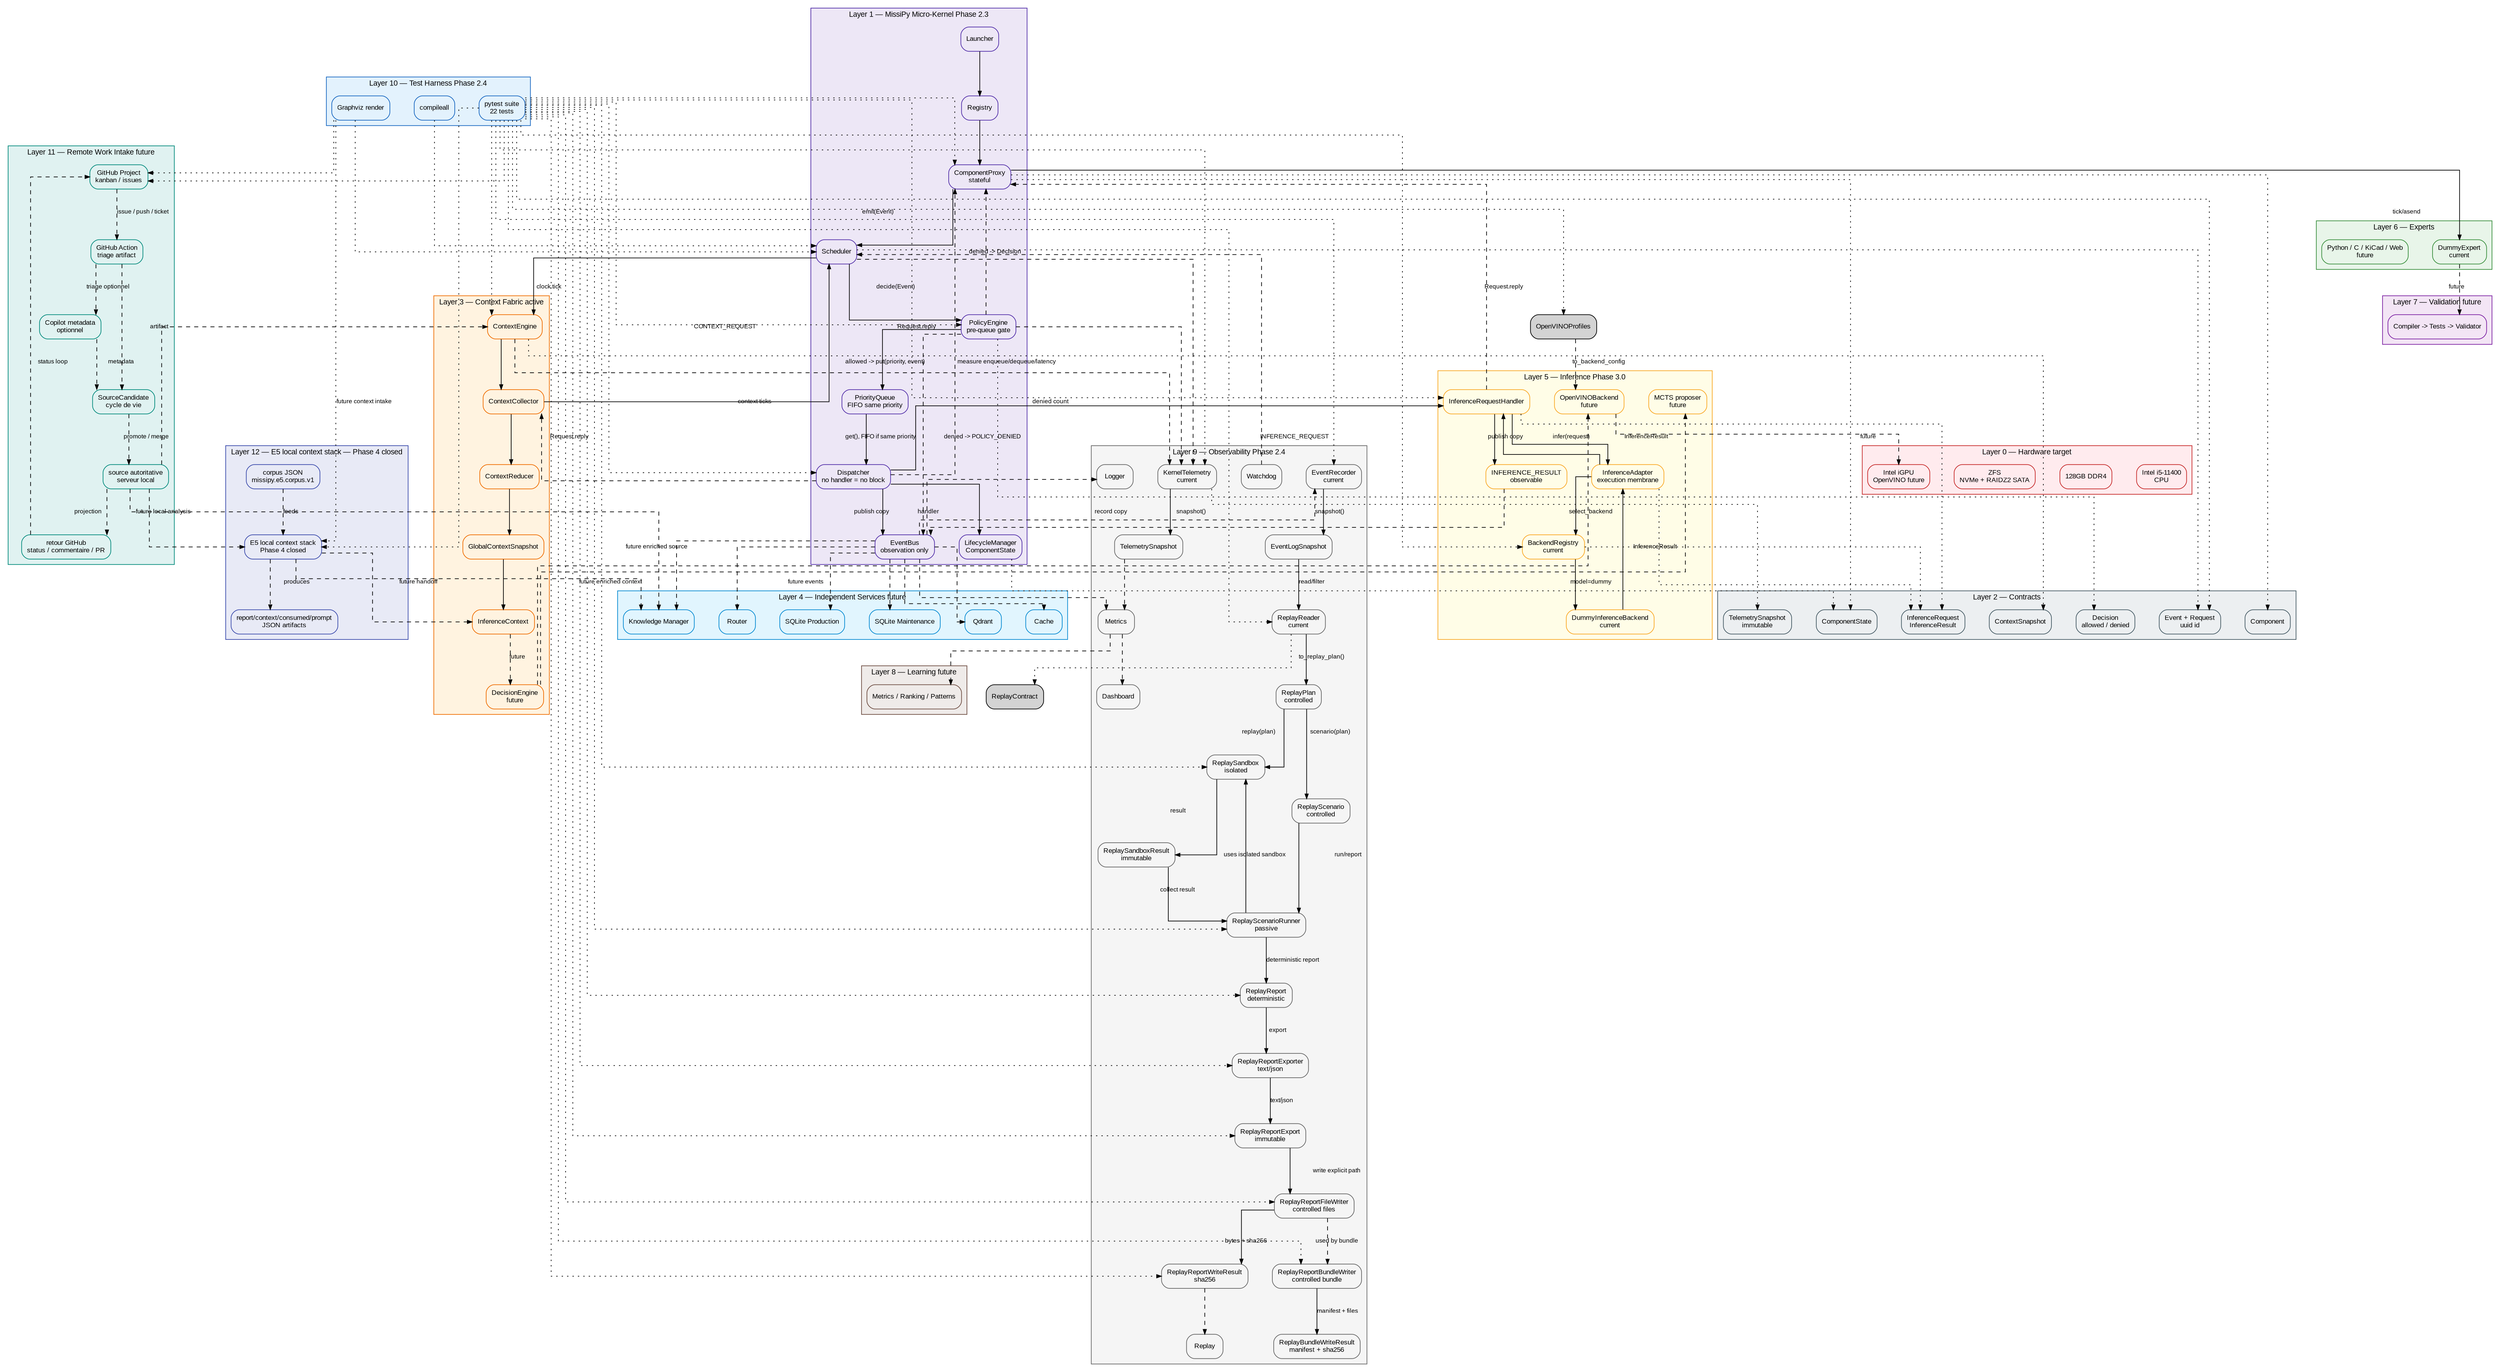
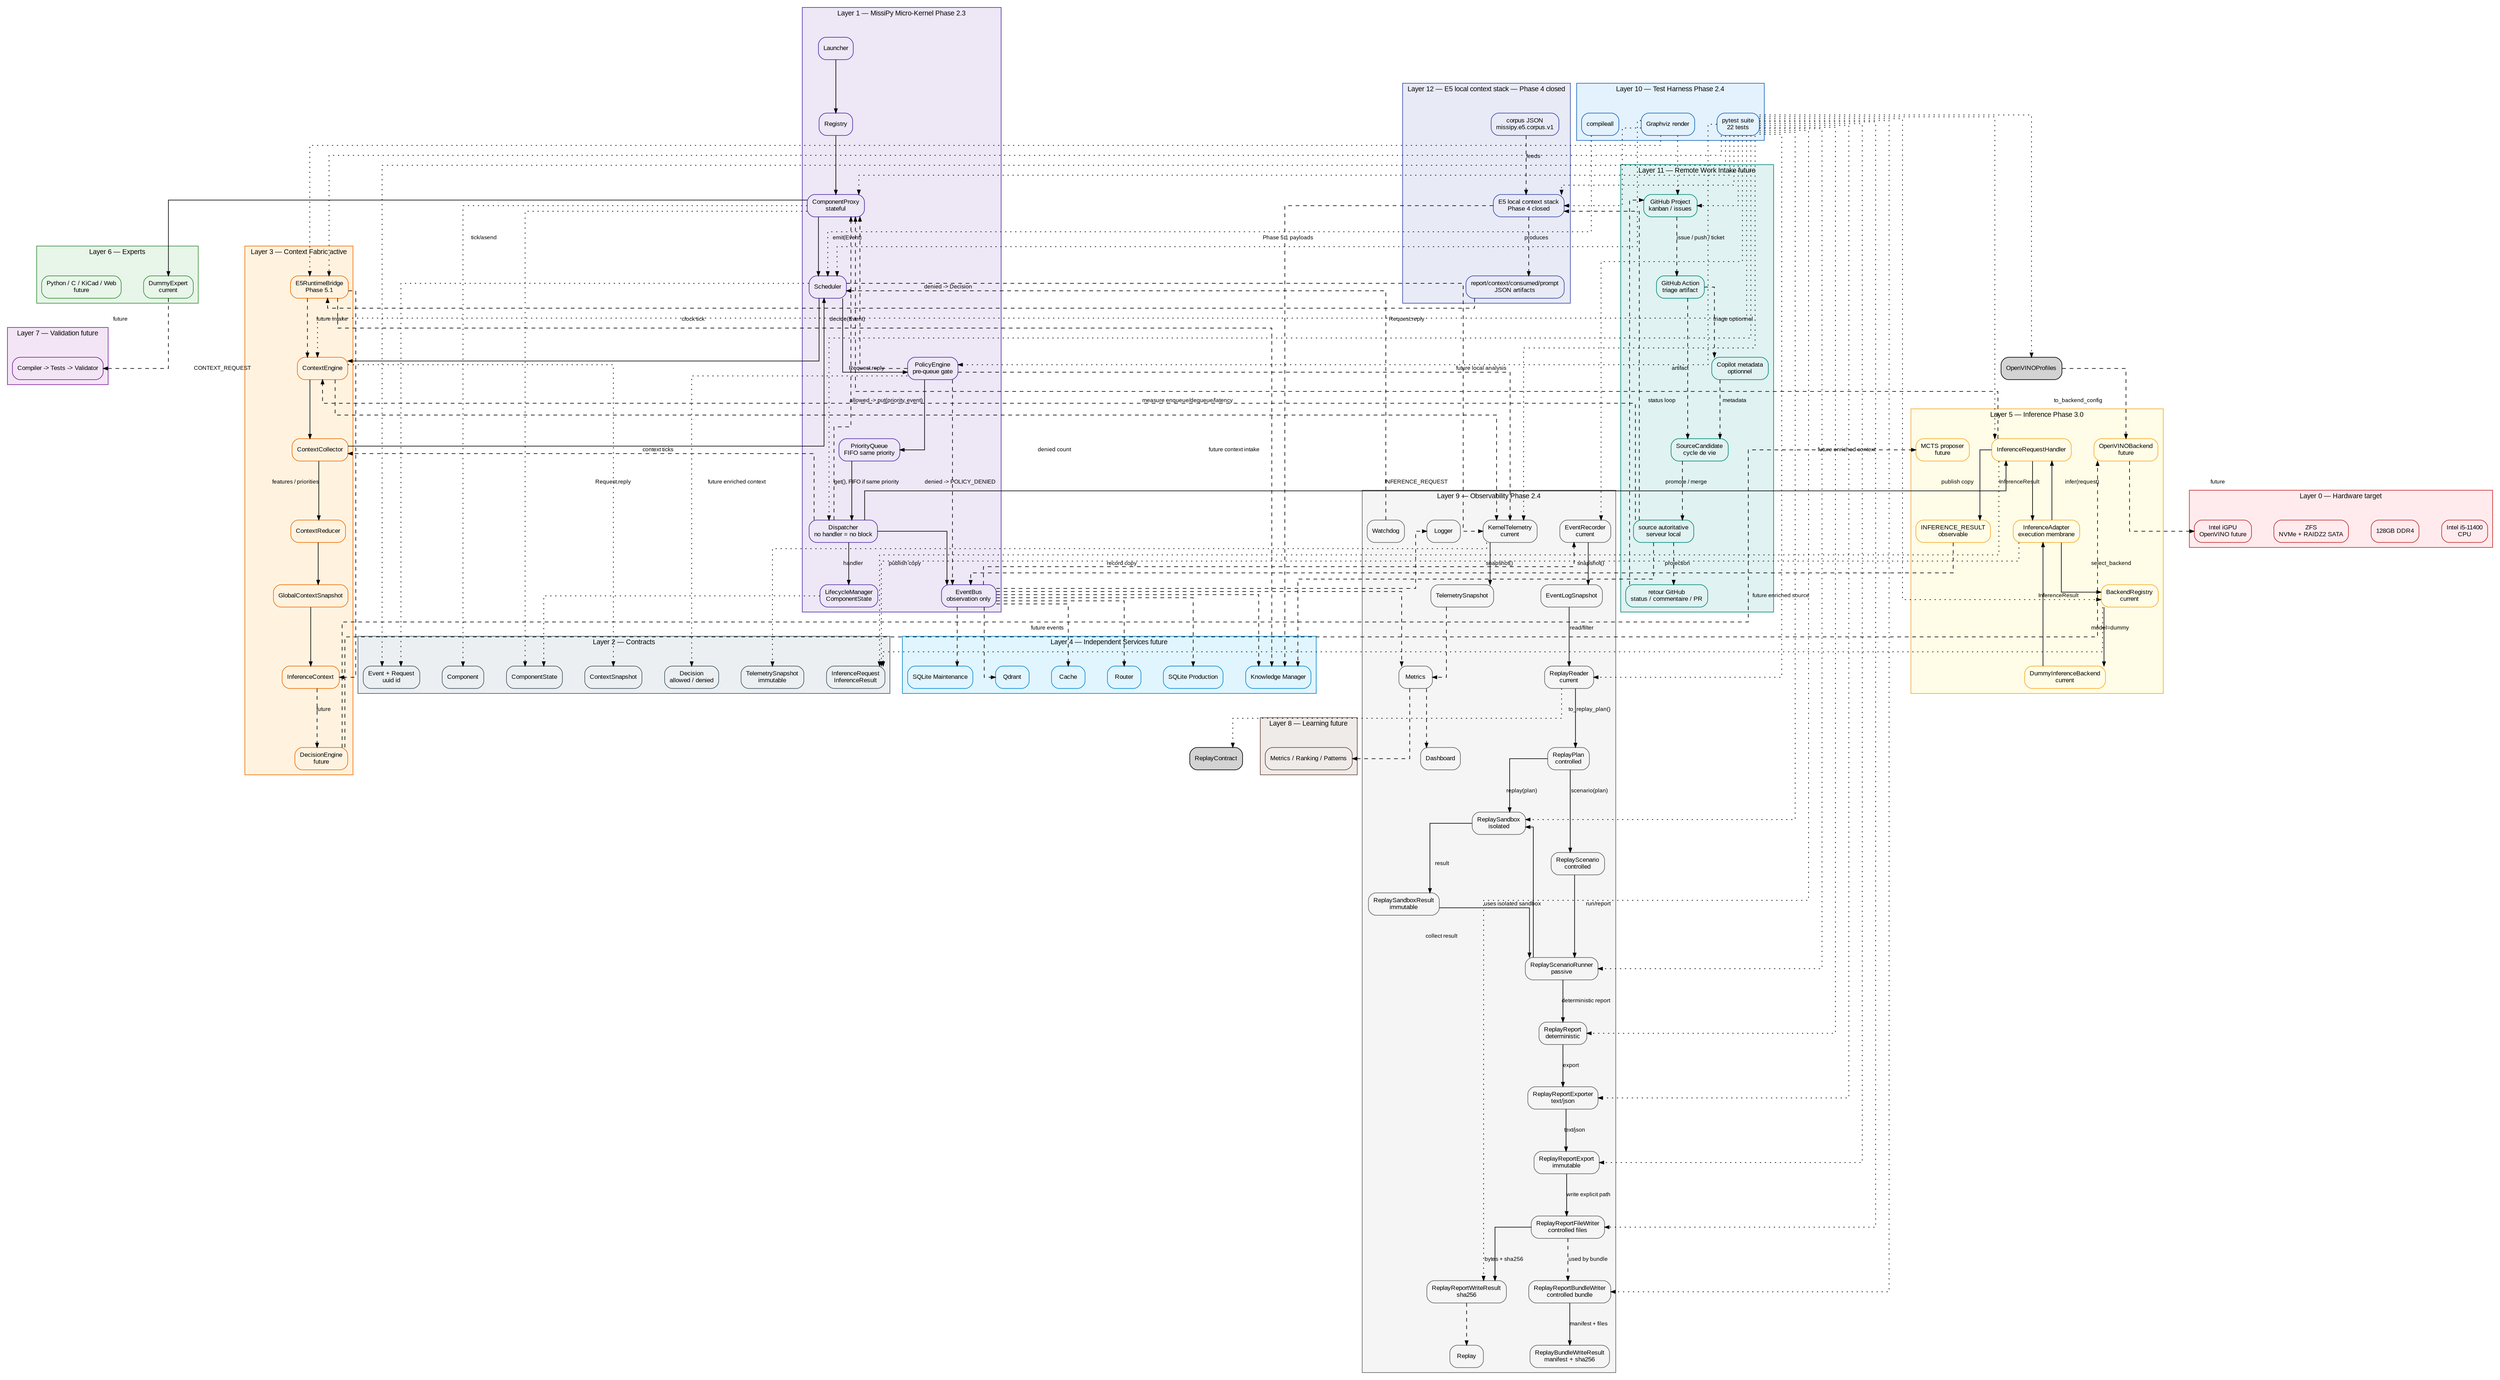
digraph Global {
    // ROADMAP_ID: global

    rankdir=TB;

    // ROADMAP_NOTE[phase2_5]:
    // BackendRegistry est ajouté au layer inference pour préparer
    // l’enregistrement explicite d’OpenVINO sans modifier le Scheduler.

    // ROADMAP_NOTE[phase3_0]:
    // OpenVINOModelProfileRegistry est ajouté pour décrire un ou plusieurs
    // modèles OpenVINO possibles avant de créer les backends exécutables.
    compound=true;
    splines=ortho;
    nodesep=0.5;
    ranksep=0.8;

    graph [fontname="Arial", fontsize=11];
    node [shape=box, style="rounded,filled", fontname="Arial", fontsize=10];
    edge [fontname="Arial", fontsize=9, arrowsize=0.7];

    // ROADMAP_NOTE[phase2_4]:
// ReplayReportBundleWriter ajoute un dossier de replay contrôlé :
// report.txt, report.json et manifest.json avec sha256. La roadmap DOT
// est aussi vérifiée par tests/docs/test_dot_links.py afin que les liens
// descente/remontée pointent vers des sources DOT existantes.
    // Le Layer 9 ajoute ReplayReportFileWriter après ReplayReportExport.
    // Cette étape persiste les exports texte/JSON vers chemins explicites.
    // Aucun répertoire n'est créé ni aucun fichier écrasé sans demande explicite.
    // Le writer reste passif et ne commande jamais le Scheduler vivant.


    // ROADMAP_NOTE[phase4_18_r2]:
    // GitHub Project Orchestrator est visible dans l'architecture globale.
    // Cette couche reste future et documentaire : pas d'API GitHub, pas de token,
    // pas de polling réseau et pas de dépendance Copilot dans le coeur.

    // ROADMAP_NOTE[phase4_19]:
    // La Phase 4 se clôt par un audit du moteur local E5 : corpus, recherche,
    // diagnostics, gates, rapports, contexte, consommation et prompt packet.
    // Le stack E5 reste hors Scheduler, hors Qdrant et hors backend de réponse.

    // ROADMAP_NOTE[phase4_20]:
    // Phase 4 clôturée : le moteur local E5 produit des artefacts déterministes
    // de recherche, contexte consommé et prompt packet. La Phase 5 peut brancher
    // ce socle au serveur local ou au Context Engine sans changer ces frontières.

    subgraph cluster_L0 {
        label="Layer 0 — Hardware target";
        color="#c62828";
        bgcolor="#ffebee";
        node [fillcolor="#ffebee", color="#c62828"];
        CPU [label="Intel i5-11400\nCPU"];
        RAM [label="128GB DDR4"];
        Storage [label="ZFS\nNVMe + RAIDZ2 SATA"];
        GPU [label="Intel iGPU\nOpenVINO future"];
    }

    subgraph cluster_L1 {
        label="Layer 1 — MissiPy Micro-Kernel Phase 2.3";
        color="#512da8";
        bgcolor="#ede7f6";
        node [fillcolor="#ede7f6", color="#512da8"];
        Launcher [URL="scheduler/10_scheduler.svg", tooltip="Zoom Scheduler"];
        Registry [URL="scheduler/10_scheduler.svg", tooltip="Registry"];
        Proxy [label="ComponentProxy\nstateful", URL="scheduler/component_proxy/14_component_proxy.svg", tooltip="Runtime proxy"];
        Scheduler [URL="scheduler/10_scheduler.svg", tooltip="Zoom Scheduler"];
        Policy [label="PolicyEngine\npre-queue gate", URL="scheduler/10_scheduler.svg"];
        Queue [label="PriorityQueue\nFIFO same priority", URL="scheduler/priority_queue/13_priority_queue.svg"];
        Dispatcher [label="Dispatcher\nno handler = no block", URL="scheduler/dispatcher/11_dispatcher.svg"];
        EventBus [label="EventBus\nobservation only", URL="scheduler/event_bus/12_event_bus.svg"];
        Lifecycle [label="LifecycleManager\nComponentState", URL="scheduler/10_scheduler.svg"];
    }

    subgraph cluster_L2 {
        label="Layer 2 — Contracts";
        color="#455a64";
        bgcolor="#eceff1";
        node [fillcolor="#eceff1", color="#455a64"];
        EventContract [label="Event + Request\nuuid id"];
        LifecycleContract [label="ComponentState"];
        ComponentContract [label="Component"];
        ContextContract [label="ContextSnapshot"];
        InferenceContract [label="InferenceRequest\nInferenceResult"];
        PolicyContract [label="Decision\nallowed / denied"];
        TelemetryContract [label="TelemetrySnapshot\nimmutable"];
    }

    subgraph cluster_L3 {
        label="Layer 3 — Context Fabric active";
        color="#ef6c00";
        bgcolor="#fff3e0";
        node [fillcolor="#fff3e0", color="#ef6c00"];
        ContextEngine [label="ContextEngine", URL="context/20_context.svg"];
        Collector [label="ContextCollector", URL="context/20_context.svg"];
        Reducer [label="ContextReducer", URL="context/20_context.svg"];
        Snapshot [label="GlobalContextSnapshot", URL="context/20_context.svg"];
        InferenceCtx [label="InferenceContext", URL="context/20_context.svg"];
+         E5RuntimeBridge [label="E5RuntimeBridge\nPhase 5.1", URL="context/25_e5_runtime_bridge.svg"];
        Decision [label="DecisionEngine\nfuture", URL="context/20_context.svg"];
    }

    subgraph cluster_L4 {
        label="Layer 4 — Independent Services future";
        color="#0288d1";
        bgcolor="#e1f5fe";
        node [fillcolor="#e1f5fe", color="#0288d1"];
        Router [URL="services/30_services.svg"];
        SQLiteProd [label="SQLite Production", URL="services/30_services.svg"];
        SQLiteMaint [label="SQLite Maintenance", URL="services/30_services.svg"];
        Qdrant [URL="services/30_services.svg"];
        Cache [URL="services/30_services.svg"];
        Knowledge [label="Knowledge Manager", URL="services/30_services.svg"];
    }

    subgraph cluster_L5 {
        label="Layer 5 — Inference Phase 3.0";
        color="#f9a825";
        bgcolor="#fffde7";
        node [fillcolor="#fffde7", color="#f9a825"];
        InferenceHandler [label="InferenceRequestHandler", URL="inference/40_inference.svg"];
        InferenceAdapter [label="InferenceAdapter\nexecution membrane", URL="inference/40_inference.svg"];
        BackendRegistry [label="BackendRegistry\ncurrent", URL="inference/40_inference.svg"];
        DummyBackend [label="DummyInferenceBackend\ncurrent", URL="inference/40_inference.svg"];
        InferenceResult [label="INFERENCE_RESULT\nobservable", URL="inference/40_inference.svg"];
        OpenVINO [label="OpenVINOBackend\nfuture", URL="inference/40_inference.svg"];
        MCTS [label="MCTS proposer\nfuture"];
    }

    subgraph cluster_L6 {
        label="Layer 6 — Experts";
        color="#388e3c";
        bgcolor="#e8f5e9";
        node [fillcolor="#e8f5e9", color="#388e3c"];
        Dummy [label="DummyExpert\ncurrent", URL="experts/40_experts.svg"];
        ExpertsFuture [label="Python / C / KiCad / Web\nfuture", URL="experts/40_experts.svg"];
    }

    subgraph cluster_L7 {
        label="Layer 7 — Validation future";
        color="#7b1fa2";
        bgcolor="#f3e5f5";
        node [fillcolor="#f3e5f5", color="#7b1fa2"];
        Validation [label="Compiler -> Tests -> Validator", URL="validation/50_validation.svg"];
    }

    subgraph cluster_L8 {
        label="Layer 8 — Learning future";
        color="#6d4c41";
        bgcolor="#efebe9";
        node [fillcolor="#efebe9", color="#6d4c41"];
        Learning [label="Metrics / Ranking / Patterns", URL="learning/60_learning.svg"];
    }

    subgraph cluster_L9 {
        label="Layer 9 — Observability Phase 2.4";
        color="#666666";
        bgcolor="#f5f5f5";
        node [fillcolor="#f5f5f5", color="#666666"];
        Logger [URL="observability/70_observability.svg"];
        KernelTelemetry [label="KernelTelemetry
current", URL="observability/70_observability.svg"];
        TelemetrySnapshot [label="TelemetrySnapshot", URL="observability/70_observability.svg"];
        EventRecorder [label="EventRecorder
current", URL="observability/70_observability.svg"];
        EventLogSnapshot [label="EventLogSnapshot", URL="observability/70_observability.svg"];
        ReplayReader [label="ReplayReader
current", URL="observability/70_observability.svg"];
        ReplayPlan [label="ReplayPlan
controlled", URL="observability/70_observability.svg"];
        ReplaySandbox [label="ReplaySandbox
isolated", URL="observability/70_observability.svg"];
        ReplaySandboxResult [label="ReplaySandboxResult
immutable", URL="observability/70_observability.svg"];
        ReplayScenario [label="ReplayScenario
controlled", URL="observability/70_observability.svg"];
        ReplayScenarioRunner [label="ReplayScenarioRunner
passive", URL="observability/70_observability.svg"];
        ReplayReport [label="ReplayReport
deterministic", URL="observability/70_observability.svg"];
        ReplayReportExporter [label="ReplayReportExporter
text/json", URL="observability/70_observability.svg"];
        ReplayReportExport [label="ReplayReportExport
immutable", URL="observability/70_observability.svg"];
        ReplayReportFileWriter [label="ReplayReportFileWriter
controlled files", URL="observability/70_observability.svg"];
        ReplayReportWriteResult [label="ReplayReportWriteResult
sha256", URL="observability/70_observability.svg"];
        ReplayReportBundleWriter [label="ReplayReportBundleWriter
controlled bundle", URL="observability/70_observability.svg"];
        ReplayBundleWriteResult [label="ReplayBundleWriteResult
manifest + sha256", URL="observability/70_observability.svg"];
        Metrics [URL="observability/70_observability.svg"];
        Replay [URL="observability/70_observability.svg"];
        Dashboard [URL="observability/70_observability.svg"];
        Watchdog [URL="observability/70_observability.svg"];
    }

    subgraph cluster_L10 {
        label="Layer 10 — Test Harness Phase 2.4";
        color="#1565c0";
        bgcolor="#e3f2fd";
        node [fillcolor="#e3f2fd", color="#1565c0"];
        Pytest [label="pytest suite\n22 tests", URL="tests/80_tests.svg"];
        CompileAll [label="compileall"];
        DotRender [label="Graphviz render"];
    }



    subgraph cluster_L11 {
        label="Layer 11 — Remote Work Intake future";
        color="#00897b";
        bgcolor="#e0f2f1";
        node [fillcolor="#e0f2f1", color="#00897b"];
        GitHubProject [label="GitHub Project
kanban / issues", URL="integrations/90_github_project_orchestrator.svg"];
        GitHubAction [label="GitHub Action
triage artifact", URL="integrations/90_github_project_orchestrator.svg"];
        CopilotMetadata [label="Copilot metadata
optionnel", URL="integrations/90_github_project_orchestrator.svg"];
        SourceCandidate [label="SourceCandidate
cycle de vie", URL="integrations/91_source_candidate_lifecycle.svg"];
        LocalAuthority [label="source autoritative
serveur local", URL="integrations/91_source_candidate_lifecycle.svg"];
        GitHubFeedback [label="retour GitHub
status / commentaire / PR", URL="integrations/90_github_project_orchestrator.svg"];
    }

    subgraph cluster_L12 {
        label="Layer 12 — E5 local context stack — Phase 4 closed";
        color="#3949ab";
        bgcolor="#e8eaf6";
        node [fillcolor="#e8eaf6", color="#3949ab"];
        E5LocalStack [label="E5 local context stack
Phase 4 closed", URL="inference/74_e5_phase4_closure.svg"];
        E5Corpus [label="corpus JSON
missipy.e5.corpus.v1", URL="inference/73_e5_phase4_final_audit.svg"];
        E5Reports [label="report/context/consumed/prompt
JSON artifacts", URL="inference/74_e5_phase4_closure.svg"];
    }

    Launcher -> Registry;
    Registry -> Proxy;
    Proxy -> Scheduler [label="emit(Event)"];
    Scheduler -> Policy [label="decide(Event)"];
    Policy -> Queue [label="allowed -> put(priority, event)"];
    Policy -> EventBus [label="denied -> POLICY_DENIED", style=dashed];
    Policy -> Proxy [label="denied -> Decision", style=dashed];
    Queue -> Dispatcher [label="get(), FIFO if same priority"];
    Dispatcher -> Lifecycle [label="handler"];
    Dispatcher -> EventBus [label="publish copy"];
    Dispatcher -> Proxy [label="Request.reply", style=dashed];

    Lifecycle -> LifecycleContract [style=dotted];
    Proxy -> LifecycleContract [style=dotted];

    Scheduler -> ContextEngine [label="clock tick"];
    ContextEngine -> Collector;
    Collector -> Scheduler [label="CONTEXT_REQUEST"];
    Dispatcher -> Collector [label="Request.reply", style=dashed];
    Collector -> Reducer;
    Reducer -> Snapshot;
    Snapshot -> InferenceCtx;
    InferenceCtx -> Decision [style=dashed, label="future"];

    Scheduler -> EventContract [style=dotted];
    Policy -> PolicyContract [style=dotted];
    KernelTelemetry -> TelemetryContract [style=dotted];
    Proxy -> ComponentContract [style=dotted];
    ContextEngine -> ContextContract [style=dotted];
    InferenceHandler -> InferenceContract [style=dotted];
    ReplayReader -> ReplayContract [style=dotted];
    InferenceAdapter -> InferenceContract [style=dotted];
    BackendRegistry -> InferenceContract [style=dotted];

    Proxy -> Dummy [label="tick/asend"];

    Dispatcher -> InferenceHandler [label="INFERENCE_REQUEST"];
    InferenceHandler -> InferenceAdapter [label="infer(request)"];
    InferenceAdapter -> BackendRegistry [label="select_backend"];
    BackendRegistry -> DummyBackend [label="model=dummy"];
    DummyBackend -> InferenceAdapter [label="InferenceResult"];
    InferenceAdapter -> InferenceHandler [label="InferenceResult"];
    InferenceHandler -> InferenceResult [label="publish copy"];
    InferenceHandler -> Proxy [label="Request.reply", style=dashed];
    InferenceResult -> EventBus [style=dashed];
    OpenVINOProfiles -> OpenVINO [style=dashed, label="to_backend_config"];
    OpenVINO -> GPU [style=dashed, label="future"];
    E5Corpus -> E5LocalStack [style=dashed, label="feeds"];
    E5LocalStack -> E5Reports [style=dashed, label="produces"];
-     E5LocalStack -> InferenceCtx [style=dashed, label="future handoff"];
+     E5Reports -> E5RuntimeBridge [style=dashed, label="Phase 5.1 payloads"];
+     E5RuntimeBridge -> InferenceCtx [style=dashed, label="features / priorities"];
+     E5RuntimeBridge -> ContextEngine [style=dashed, label="future intake"];
+     E5RuntimeBridge -> Knowledge [style=dashed, label="future enriched context"];
    E5LocalStack -> Knowledge [style=dashed, label="future enriched context"];

    Scheduler -> KernelTelemetry [style=dashed, label="measure enqueue/dequeue/latency"];
    Policy -> KernelTelemetry [style=dashed, label="denied count"];
    ContextEngine -> KernelTelemetry [style=dashed, label="context ticks"];
    KernelTelemetry -> TelemetrySnapshot [label="snapshot()"];
    TelemetrySnapshot -> Metrics [style=dashed];

    EventBus -> Logger [style=dashed];
    EventBus -> Metrics [style=dashed];
    EventBus -> EventRecorder [style=dashed, label="record copy"];
    EventRecorder -> EventLogSnapshot [label="snapshot()"];
    EventLogSnapshot -> ReplayReader [label="read/filter"];
    ReplayReader -> ReplayPlan [label="to_replay_plan()"];
    ReplayPlan -> ReplaySandbox [label="replay(plan)"];
    ReplaySandbox -> ReplaySandboxResult [label="result"];
    ReplayPlan -> ReplayScenario [label="scenario(plan)"];
    ReplayScenario -> ReplayScenarioRunner [label="run/report"];
    ReplayScenarioRunner -> ReplaySandbox [label="uses isolated sandbox"];
    ReplaySandboxResult -> ReplayScenarioRunner [label="collect result"];
    ReplayScenarioRunner -> ReplayReport [label="deterministic report"];
    ReplayReport -> ReplayReportExporter [label="export"];
    ReplayReportExporter -> ReplayReportExport [label="text/json"];
    ReplayReportExport -> ReplayReportFileWriter [label="write explicit path"];
    ReplayReportFileWriter -> ReplayReportWriteResult [label="bytes + sha256"];
    ReplayReportFileWriter -> ReplayReportBundleWriter [style=dashed, label="used by bundle"];
    ReplayReportBundleWriter -> ReplayBundleWriteResult [label="manifest + files"];
    ReplayReportWriteResult -> Replay [style=dashed];
    Metrics -> Dashboard [style=dashed];
    Watchdog -> Scheduler [style=dashed];

    Pytest -> EventContract [style=dotted];
    Pytest -> Dispatcher [style=dotted];
    Pytest -> Proxy [style=dotted];
    Pytest -> ContextEngine [style=dotted];
    Pytest -> InferenceHandler [style=dotted];
    Pytest -> BackendRegistry [style=dotted];
    Pytest -> OpenVINOProfiles [style=dotted];
    Pytest -> Policy [style=dotted];
    Pytest -> KernelTelemetry [style=dotted];
    Pytest -> EventRecorder [style=dotted];
    Pytest -> ReplayReader [style=dotted];
    Pytest -> ReplaySandbox [style=dotted];
    Pytest -> ReplayScenarioRunner [style=dotted];
    Pytest -> ReplayReport [style=dotted];
    Pytest -> ReplayReportExporter [style=dotted];
    Pytest -> ReplayReportExport [style=dotted];
    Pytest -> ReplayReportFileWriter [style=dotted];
    Pytest -> ReplayReportBundleWriter [style=dotted];
    Pytest -> ReplayReportWriteResult [style=dotted];
    CompileAll -> Scheduler [style=dotted];
    DotRender -> Scheduler [style=dotted];

    EventBus -> Router [style=dashed, label="future events"];
    EventBus -> SQLiteProd [style=dashed];
    EventBus -> SQLiteMaint [style=dashed];
    EventBus -> Qdrant [style=dashed];
    EventBus -> Cache [style=dashed];
    EventBus -> Knowledge [style=dashed];
    Decision -> OpenVINO [style=dashed];
    Decision -> MCTS [style=dashed];
    Dummy -> Validation [style=dashed, label="future"];
    Metrics -> Learning [style=dashed];

    GitHubProject -> GitHubAction [style=dashed, label="issue / push / ticket"];
    GitHubAction -> CopilotMetadata [style=dashed, label="triage optionnel"];
    CopilotMetadata -> SourceCandidate [style=dashed, label="metadata"];
    GitHubAction -> SourceCandidate [style=dashed, label="artifact"];
    SourceCandidate -> LocalAuthority [style=dashed, label="promote / merge"];
    LocalAuthority -> E5LocalStack [style=dashed, label="future local analysis"];
    LocalAuthority -> ContextEngine [style=dashed, label="future context intake"];
    LocalAuthority -> Knowledge [style=dashed, label="future enriched source"];
    LocalAuthority -> GitHubFeedback [style=dashed, label="projection"];
    GitHubFeedback -> GitHubProject [style=dashed, label="status loop"];
    Pytest -> GitHubProject [style=dotted];
    Pytest -> E5LocalStack [style=dotted];
+     Pytest -> E5RuntimeBridge [style=dotted];
    DotRender -> GitHubProject [style=dotted];
    DotRender -> E5LocalStack [style=dotted];
+     DotRender -> E5RuntimeBridge [style=dotted];
}

